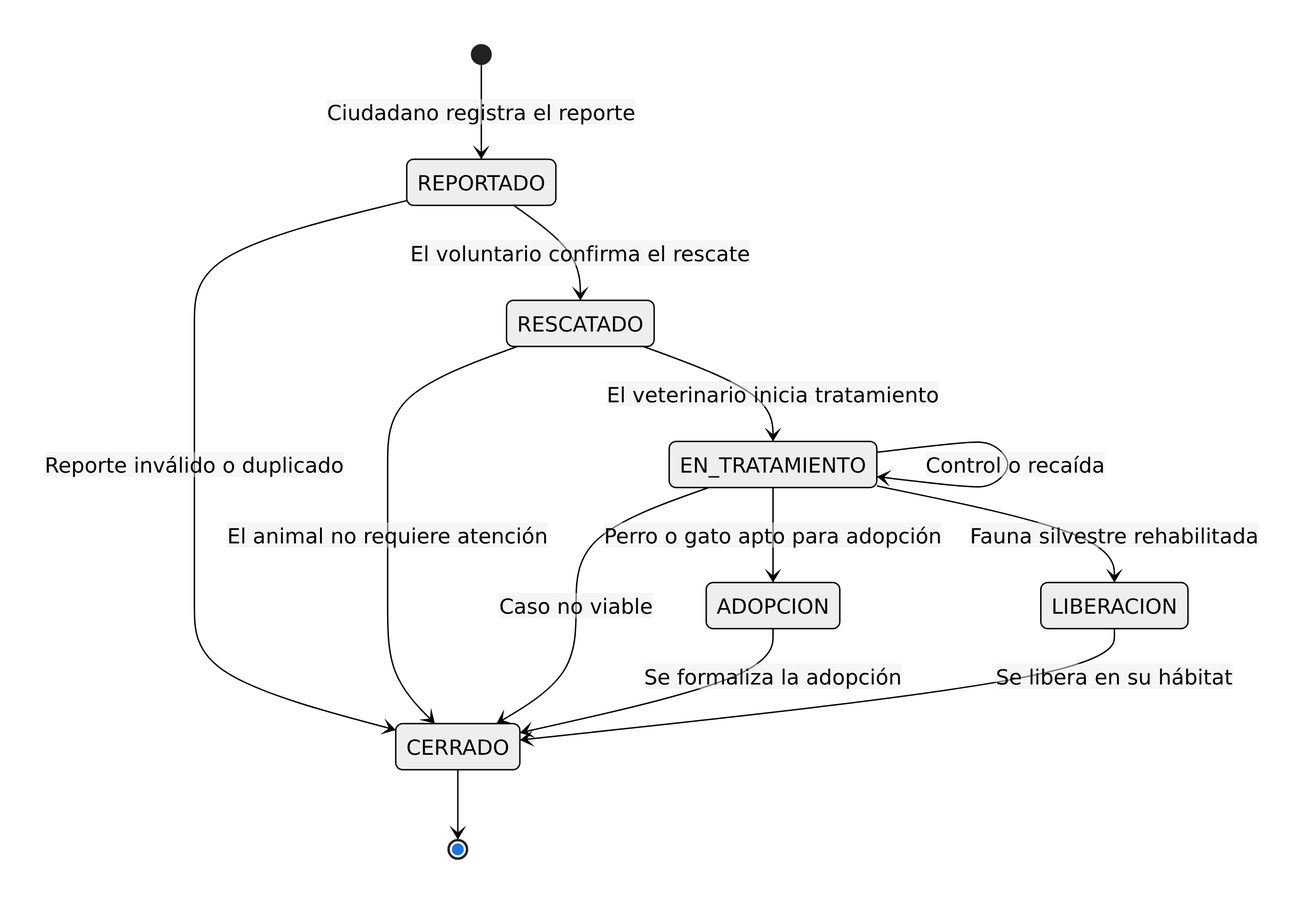
This is diagrams/png/06-estados.png from Cris-M10/sistema-rescate-adopcion-animal, a Mermaid export, as it was before one commit. Its source is kept beside it as diagrams/06-estados.mmd.
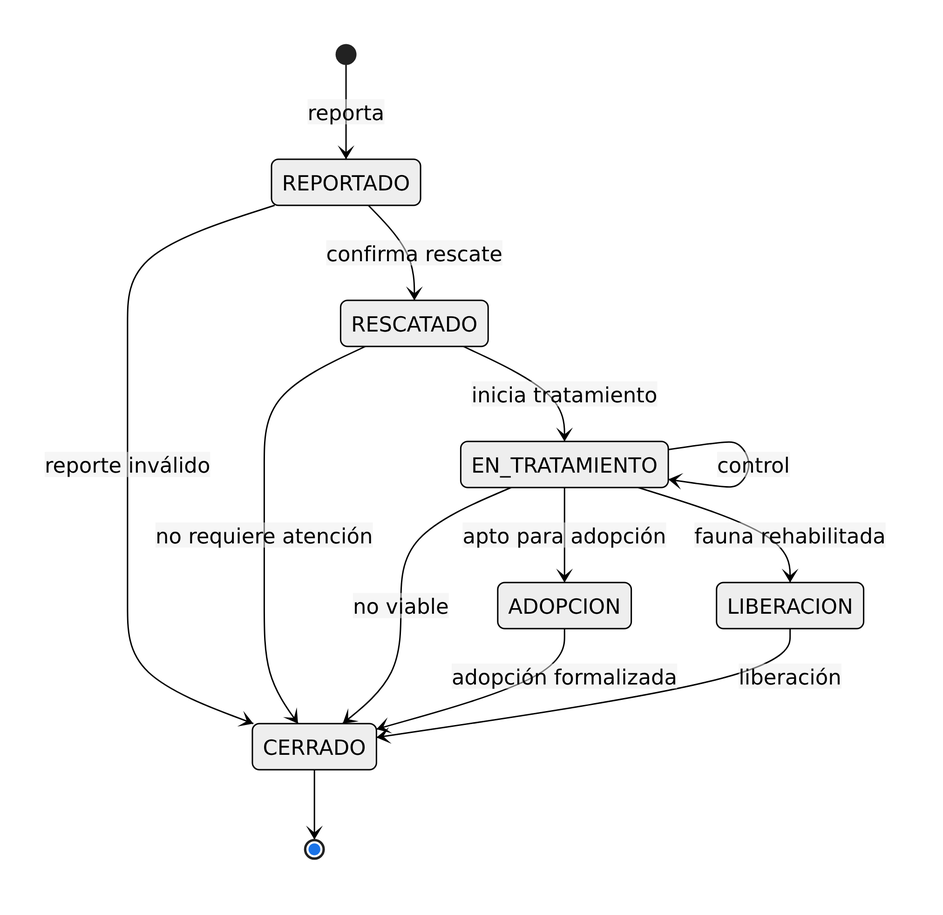
Later version of the same file.

Change to the diagram source:
```diff
@@ -1,17 +1,13 @@
 stateDiagram-v2
-    [*] --> REPORTADO : Ciudadano registra el reporte
-    REPORTADO --> RESCATADO : El voluntario confirma el rescate
-    REPORTADO --> CERRADO : Reporte inválido o duplicado
-
-    RESCATADO --> EN_TRATAMIENTO : El veterinario inicia tratamiento
-    RESCATADO --> CERRADO : El animal no requiere atención
-
-    EN_TRATAMIENTO --> EN_TRATAMIENTO : Control o recaída
-    EN_TRATAMIENTO --> ADOPCION : Perro o gato apto para adopción
-    EN_TRATAMIENTO --> LIBERACION : Fauna silvestre rehabilitada
-    EN_TRATAMIENTO --> CERRADO : Caso no viable
-
-    ADOPCION --> CERRADO : Se formaliza la adopción
-    LIBERACION --> CERRADO : Se libera en su hábitat
-
+    [*] --> REPORTADO : reporta
+    REPORTADO --> RESCATADO : confirma rescate
+    REPORTADO --> CERRADO : reporte inválido
+    RESCATADO --> EN_TRATAMIENTO : inicia tratamiento
+    RESCATADO --> CERRADO : no requiere atención
+    EN_TRATAMIENTO --> EN_TRATAMIENTO : control
+    EN_TRATAMIENTO --> ADOPCION : apto para adopción
+    EN_TRATAMIENTO --> LIBERACION : fauna rehabilitada
+    EN_TRATAMIENTO --> CERRADO : no viable
+    ADOPCION --> CERRADO : adopción formalizada
+    LIBERACION --> CERRADO : liberación
     CERRADO --> [*]
```
